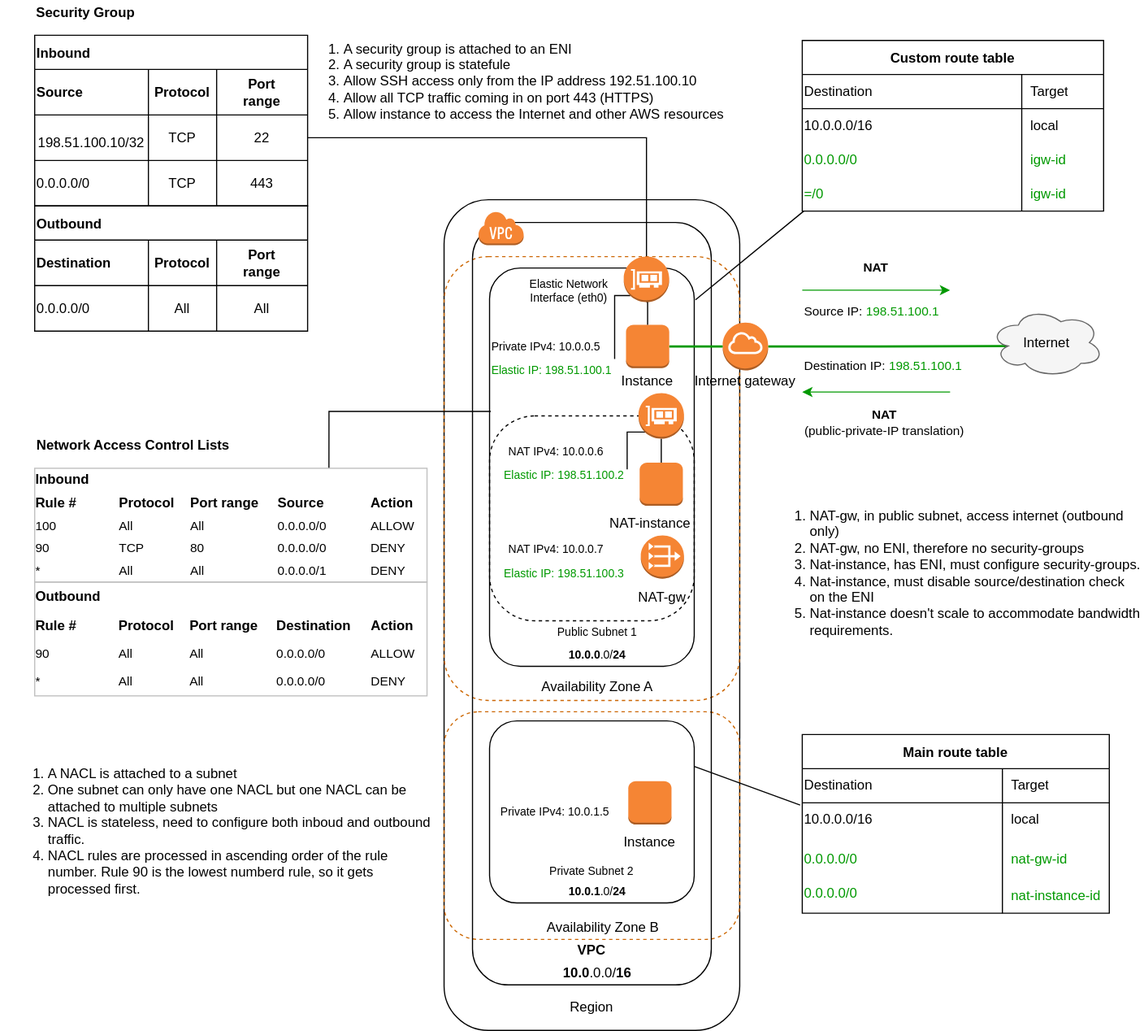
This is src/img/aws-vpc.svg from chuan-su/notes, a draw.io export, as it was before one commit. Source tidied: cells renumbered, new cells last; positions are measured from the earlier drawing's top-left corner, leaving out a move shared by most shapes.
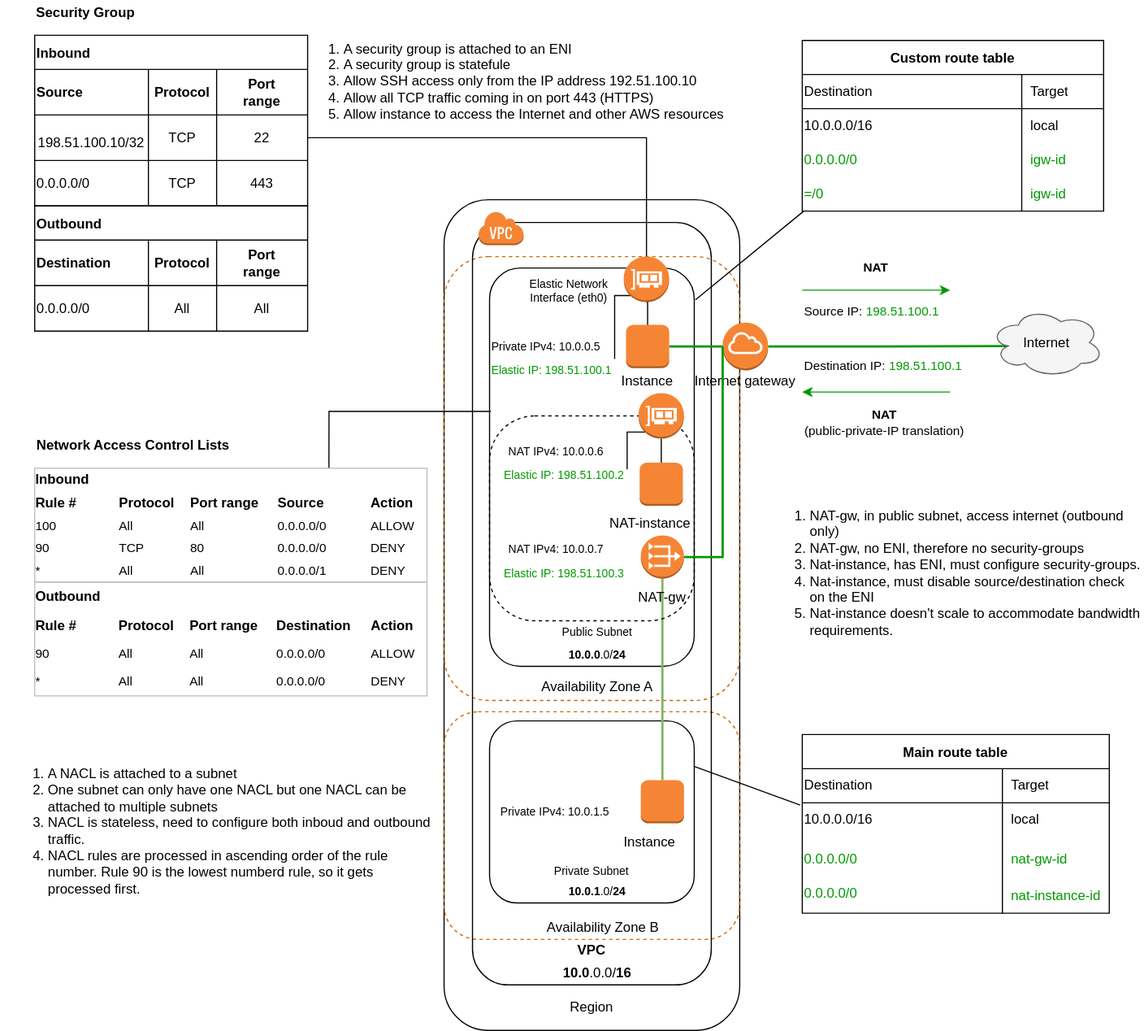
Above is the later version.

Commit message:
update vpc notes

Change to the diagram source:
```diff
@@ -32,13 +32,13 @@
     <mxCell id="11" style="rounded=1;whiteSpace=wrap;html=1;" parent="1" vertex="1">
       <mxGeometry x="430" y="632" width="180" height="160" as="geometry" />
     </mxCell>
-    <mxCell id="12" value="Public Subnet 1" style="text;html=1;strokeColor=none;fillColor=none;align=center;verticalAlign=middle;whiteSpace=wrap;rounded=0;fontSize=10;" parent="1" vertex="1">
+    <mxCell id="12" value="Public Subnet" style="text;html=1;strokeColor=none;fillColor=none;align=center;verticalAlign=middle;whiteSpace=wrap;rounded=0;fontSize=10;" parent="1" vertex="1">
       <mxGeometry x="480" y="544" width="90" height="20" as="geometry" />
     </mxCell>
     <mxCell id="13" value="&lt;b style=&quot;font-size: 10px;&quot;&gt;10.0.0&lt;/b&gt;.0/&lt;b style=&quot;font-size: 10px;&quot;&gt;24&lt;/b&gt;" style="text;html=1;strokeColor=none;fillColor=none;align=center;verticalAlign=middle;whiteSpace=wrap;rounded=0;fontSize=10;" parent="1" vertex="1">
       <mxGeometry x="470" y="564" width="110" height="20" as="geometry" />
     </mxCell>
-    <mxCell id="14" value="Private Subnet 2" style="text;html=1;strokeColor=none;fillColor=none;align=center;verticalAlign=middle;whiteSpace=wrap;rounded=0;fontSize=10;" parent="1" vertex="1">
+    <mxCell id="14" value="Private Subnet" style="text;html=1;strokeColor=none;fillColor=none;align=center;verticalAlign=middle;whiteSpace=wrap;rounded=0;fontSize=10;" parent="1" vertex="1">
       <mxGeometry x="470" y="754" width="100" height="20" as="geometry" />
     </mxCell>
     <mxCell id="15" value="&lt;b style=&quot;font-size: 10px;&quot;&gt;10.0.1&lt;/b&gt;.0/&lt;b style=&quot;font-size: 10px;&quot;&gt;24&lt;/b&gt;" style="text;html=1;strokeColor=none;fillColor=none;align=center;verticalAlign=middle;whiteSpace=wrap;rounded=0;fontSize=10;" parent="1" vertex="1">
@@ -146,8 +146,11 @@
     <mxCell id="49" value="local" style="shape=partialRectangle;html=1;whiteSpace=wrap;fillColor=none;top=0;left=0;bottom=0;right=0;align=left;spacingLeft=6;overflow=hidden;" parent="47" vertex="1">
       <mxGeometry x="176" width="94" height="30" as="geometry" />
     </mxCell>
+    <mxCell id="111" style="edgeStyle=orthogonalEdgeStyle;rounded=0;jettySize=auto;html=1;entryX=0.5;entryY=1;entryDx=0;entryDy=0;entryPerimeter=0;fontSize=12;fontColor=#000000;startArrow=none;startFill=0;endArrow=none;endFill=0;strokeColor=#82b366;strokeWidth=2;fillColor=#d5e8d4;" parent="1" edge="1" source="50" target="101">
+      <mxGeometry relative="1" as="geometry" />
+    </mxCell>
     <mxCell id="50" style="outlineConnect=0;dashed=0;verticalLabelPosition=bottom;verticalAlign=top;align=center;html=1;shape=mxgraph.aws3.instance;fillColor=#F58534;gradientColor=none;strokeColor=#CC6600;" parent="1" vertex="1">
-      <mxGeometry x="552" y="685" width="38" height="38" as="geometry" />
+      <mxGeometry x="563" y="684" width="38" height="38" as="geometry" />
     </mxCell>
     <mxCell id="51" value="Instance" style="text;html=1;strokeColor=none;fillColor=none;align=center;verticalAlign=middle;whiteSpace=wrap;rounded=0;fontColor=#000000;" parent="1" vertex="1">
       <mxGeometry x="549" y="324" width="40" height="20" as="geometry" />
@@ -309,6 +312,13 @@
     <mxCell id="100" style="outlineConnect=0;dashed=0;verticalLabelPosition=bottom;verticalAlign=top;align=center;html=1;shape=mxgraph.aws3.elastic_network_interface;fillColor=#F58534;gradientColor=none;fontColor=#000000;strokeColor=#000000;" parent="1" vertex="1">
       <mxGeometry x="561" y="344" width="40" height="40" as="geometry" />
     </mxCell>
+    <mxCell id="112" style="edgeStyle=orthogonalEdgeStyle;rounded=0;jettySize=auto;html=1;entryX=0;entryY=0.5;entryDx=0;entryDy=0;entryPerimeter=0;fontSize=12;fontColor=#000000;startArrow=none;startFill=0;endArrow=none;endFill=0;strokeWidth=2;strokeColor=#009900;" parent="1" edge="1" source="101" target="19">
+      <mxGeometry relative="1" as="geometry">
+        <Array as="points">
+          <mxPoint x="635" y="488" />
+        </Array>
+      </mxGeometry>
+    </mxCell>
     <mxCell id="101" style="outlineConnect=0;dashed=0;verticalLabelPosition=bottom;verticalAlign=top;align=center;html=1;shape=mxgraph.aws3.vpc_nat_gateway;fillColor=#F58534;gradientColor=none;fontSize=10;fontColor=#000000;strokeColor=#000000;" parent="1" vertex="1">
       <mxGeometry x="563" y="469" width="38" height="38" as="geometry" />
     </mxCell>
```
